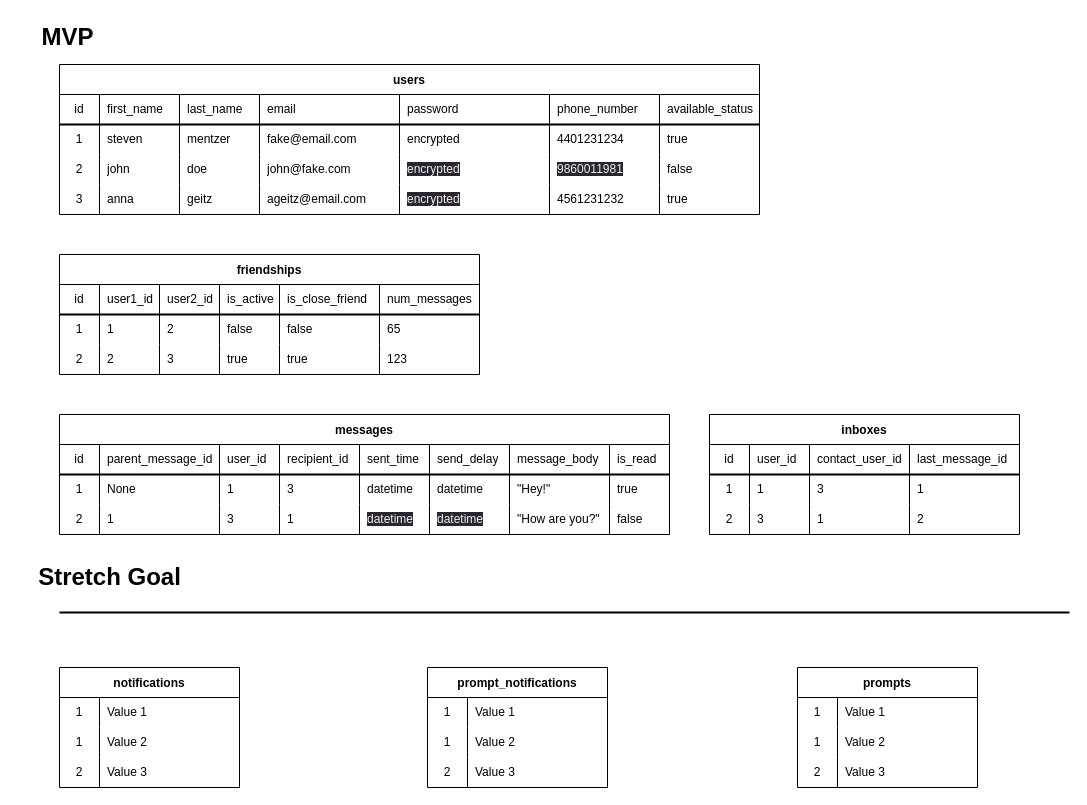
This is ORD.drawio from stevenfmentzer/phase-5-project, a draw.io file, before an edit. Source tidied: cells renumbered, new cells numbered last; positions are measured from the earlier drawing's top-left corner, leaving out a move shared by most shapes. Both pictures are drawn from the tidied source at 100%, with x=0, y=0 at pixel (17, 17).
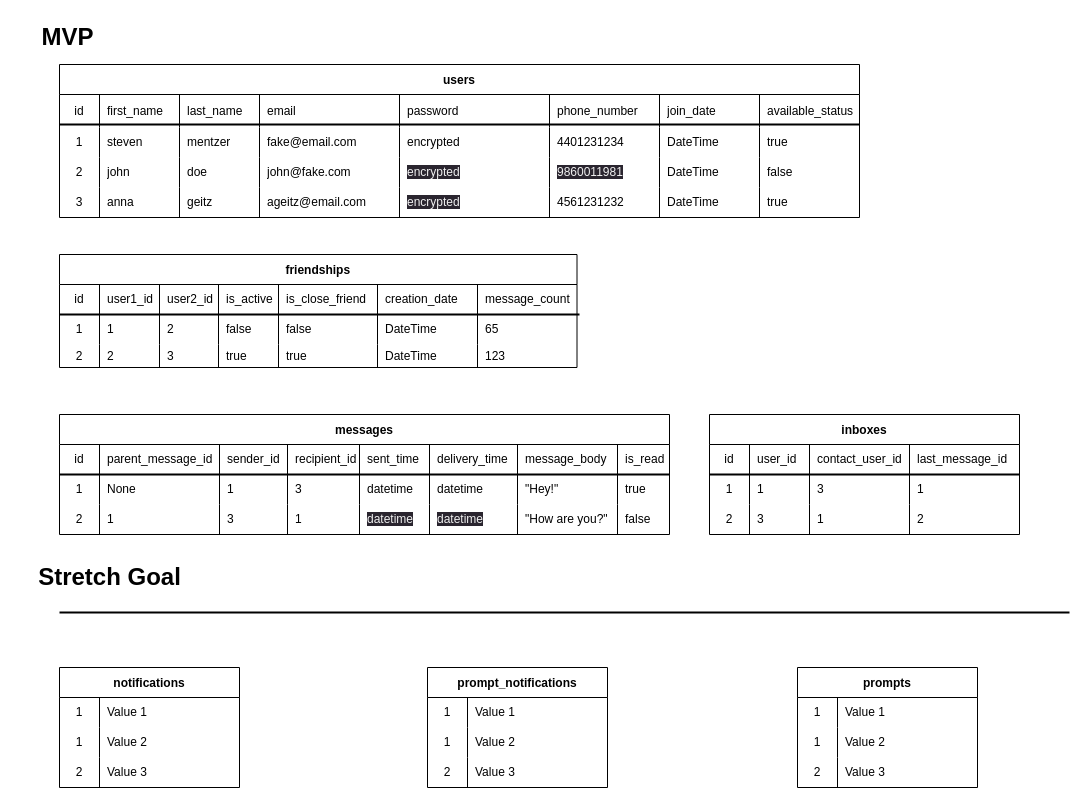
After the change.

The change refers to these unchanged cells:
```xml
<mxCell id="93" style="shape=tableRow;horizontal=0;startSize=0;swimlaneHead=0;swimlaneBody=0;top=0;left=0;bottom=0;right=0;fillColor=none;" parent="92" vertex="1">
  <mxGeometry y="30" width="610" height="30" as="geometry" />
</mxCell>
<mxCell id="102" style="shape=tableRow;horizontal=0;startSize=0;swimlaneHead=0;swimlaneBody=0;top=0;left=0;bottom=0;right=0;fillColor=none;" parent="92" vertex="1">
  <mxGeometry y="60" width="610" height="30" as="geometry" />
</mxCell>
<mxCell id="111" style="shape=tableRow;horizontal=0;startSize=0;swimlaneHead=0;swimlaneBody=0;top=0;left=0;bottom=0;right=0;fillColor=none;" parent="92" vertex="1">
  <mxGeometry y="90" width="610" height="30" as="geometry" />
</mxCell>
```

What changed in the source:
```diff
@@
     <mxCell id="32" style="group;" parent="1" vertex="1">
-      <mxGeometry x="42" y="47" width="700" height="150" as="geometry" />
+      <mxGeometry x="42" y="47" width="800" height="150" as="geometry" />
     </mxCell>
     <mxCell id="33" value="users" style="shape=table;startSize=30;childLayout=tableLayout;rowLines=0;fontStyle=1;" parent="32" vertex="1">
-      <mxGeometry width="700" height="150" as="geometry" />
+      <mxGeometry width="800" height="153" as="geometry" />
     </mxCell>
     <mxCell id="34" style="shape=tableRow;horizontal=0;startSize=0;swimlaneHead=0;swimlaneBody=0;top=0;left=0;bottom=0;right=0;fillColor=none;" parent="33" vertex="1">
-      <mxGeometry y="30" width="700" height="30" as="geometry" />
+      <mxGeometry y="30" width="800" height="33" as="geometry" />
     </mxCell>
     <mxCell id="35" value="id" style="shape=partialRectangle;html=1;whiteSpace=wrap;fillColor=none;top=0;left=0;bottom=0;right=0;overflow=hidden;" parent="34" vertex="1">
-      <mxGeometry width="40" height="30" as="geometry" />
+      <mxGeometry width="40" height="33" as="geometry" />
     </mxCell>
     <mxCell id="36" value="first_name" style="shape=partialRectangle;html=1;whiteSpace=wrap;fillColor=none;top=0;left=0;bottom=0;right=0;align=left;spacingLeft=6;overflow=hidden;" parent="34" vertex="1">
-      <mxGeometry x="40" width="80" height="30" as="geometry" />
+      <mxGeometry x="40" width="80" height="33" as="geometry" />
     </mxCell>
     <mxCell id="37" value="last_name" style="shape=partialRectangle;html=1;whiteSpace=wrap;fillColor=none;top=0;left=0;bottom=0;right=0;align=left;spacingLeft=6;overflow=hidden;" parent="34" vertex="1">
-      <mxGeometry x="120" width="80" height="30" as="geometry" />
+      <mxGeometry x="120" width="80" height="33" as="geometry" />
     </mxCell>
     <mxCell id="38" value="email" style="shape=partialRectangle;html=1;whiteSpace=wrap;fillColor=none;top=0;left=0;bottom=0;right=0;align=left;spacingLeft=6;overflow=hidden;" parent="34" vertex="1">
-      <mxGeometry x="200" width="140" height="30" as="geometry" />
+      <mxGeometry x="200" width="140" height="33" as="geometry" />
     </mxCell>
     <mxCell id="39" value="password" style="shape=partialRectangle;html=1;whiteSpace=wrap;fillColor=none;top=0;left=0;bottom=0;right=0;align=left;spacingLeft=6;overflow=hidden;" parent="34" vertex="1">
-      <mxGeometry x="340" width="150" height="30" as="geometry" />
+      <mxGeometry x="340" width="150" height="33" as="geometry" />
     </mxCell>
     <mxCell id="40" value="phone_number" style="shape=partialRectangle;html=1;whiteSpace=wrap;fillColor=none;top=0;left=0;bottom=0;right=0;align=left;spacingLeft=6;overflow=hidden;" parent="34" vertex="1">
-      <mxGeometry x="490" width="110" height="30" as="geometry" />
+      <mxGeometry x="490" width="110" height="33" as="geometry" />
     </mxCell>
-    <mxCell id="41" value="available_status" style="shape=partialRectangle;html=1;whiteSpace=wrap;fillColor=none;top=0;left=0;bottom=0;right=0;align=left;spacingLeft=6;overflow=hidden;" parent="34" vertex="1">
-      <mxGeometry x="600" width="100" height="30" as="geometry" />
+    <mxCell id="41" value="join_date" style="shape=partialRectangle;html=1;whiteSpace=wrap;fillColor=none;top=0;left=0;bottom=0;right=0;align=left;spacingLeft=6;overflow=hidden;" parent="34" vertex="1">
+      <mxGeometry x="600" width="100" height="33" as="geometry" />
     </mxCell>
+    <mxCell id="142" value="available_status" style="shape=partialRectangle;html=1;whiteSpace=wrap;fillColor=none;top=0;left=0;bottom=0;right=0;align=left;spacingLeft=6;overflow=hidden;" parent="34" vertex="1">
+      <mxGeometry x="700" width="100" height="33" as="geometry" />
+    </mxCell>
     <mxCell id="42" style="shape=tableRow;horizontal=0;startSize=0;swimlaneHead=0;swimlaneBody=0;top=0;left=0;bottom=0;right=0;fillColor=none;" parent="33" vertex="1">
-      <mxGeometry y="60" width="700" height="30" as="geometry" />
+      <mxGeometry y="63" width="800" height="30" as="geometry" />
     </mxCell>
@@
-    <mxCell id="49" value="true" style="shape=partialRectangle;html=1;whiteSpace=wrap;fillColor=none;top=0;left=0;bottom=0;right=0;align=left;spacingLeft=6;overflow=hidden;" parent="42" vertex="1">
+    <mxCell id="49" value="DateTime" style="shape=partialRectangle;html=1;whiteSpace=wrap;fillColor=none;top=0;left=0;bottom=0;right=0;align=left;spacingLeft=6;overflow=hidden;" parent="42" vertex="1">
       <mxGeometry x="600" width="100" height="30" as="geometry" />
     </mxCell>
+    <mxCell id="143" value="true" style="shape=partialRectangle;html=1;whiteSpace=wrap;fillColor=none;top=0;left=0;bottom=0;right=0;align=left;spacingLeft=6;overflow=hidden;" parent="42" vertex="1">
+      <mxGeometry x="700" width="100" height="30" as="geometry" />
+    </mxCell>
     <mxCell id="50" style="shape=tableRow;horizontal=0;startSize=0;swimlaneHead=0;swimlaneBody=0;top=0;left=0;bottom=0;right=0;fillColor=none;" parent="33" vertex="1">
-      <mxGeometry y="90" width="700" height="30" as="geometry" />
+      <mxGeometry y="93" width="800" height="30" as="geometry" />
     </mxCell>
@@
-    <mxCell id="57" value="false" style="shape=partialRectangle;html=1;whiteSpace=wrap;fillColor=none;top=0;left=0;bottom=0;right=0;align=left;spacingLeft=6;overflow=hidden;" parent="50" vertex="1">
+    <mxCell id="57" value="DateTime" style="shape=partialRectangle;html=1;whiteSpace=wrap;fillColor=none;top=0;left=0;bottom=0;right=0;align=left;spacingLeft=6;overflow=hidden;" parent="50" vertex="1">
       <mxGeometry x="600" width="100" height="30" as="geometry" />
     </mxCell>
+    <mxCell id="144" value="false" style="shape=partialRectangle;html=1;whiteSpace=wrap;fillColor=none;top=0;left=0;bottom=0;right=0;align=left;spacingLeft=6;overflow=hidden;" parent="50" vertex="1">
+      <mxGeometry x="700" width="100" height="30" as="geometry" />
+    </mxCell>
     <mxCell id="58" style="shape=tableRow;horizontal=0;startSize=0;swimlaneHead=0;swimlaneBody=0;top=0;left=0;bottom=0;right=0;fillColor=none;" parent="33" vertex="1">
-      <mxGeometry y="120" width="700" height="30" as="geometry" />
+      <mxGeometry y="123" width="800" height="30" as="geometry" />
     </mxCell>
@@
-    <mxCell id="65" value="true" style="shape=partialRectangle;html=1;whiteSpace=wrap;fillColor=none;top=0;left=0;bottom=0;right=0;align=left;spacingLeft=6;overflow=hidden;" parent="58" vertex="1">
+    <mxCell id="65" value="DateTime" style="shape=partialRectangle;html=1;whiteSpace=wrap;fillColor=none;top=0;left=0;bottom=0;right=0;align=left;spacingLeft=6;overflow=hidden;" parent="58" vertex="1">
       <mxGeometry x="600" width="100" height="30" as="geometry" />
     </mxCell>
+    <mxCell id="145" value="true" style="shape=partialRectangle;html=1;whiteSpace=wrap;fillColor=none;top=0;left=0;bottom=0;right=0;align=left;spacingLeft=6;overflow=hidden;" parent="58" vertex="1">
+      <mxGeometry x="700" width="100" height="30" as="geometry" />
+    </mxCell>
     <mxCell id="66" style="line;strokeWidth=2;html=1;" parent="32" vertex="1">
-      <mxGeometry y="55" width="700" height="10" as="geometry" />
+      <mxGeometry y="55" width="800" height="10" as="geometry" />
     </mxCell>
     <mxCell id="67" style="group;" parent="1" vertex="1">
-      <mxGeometry x="42" y="237" width="420" height="120" as="geometry" />
+      <mxGeometry x="42" y="237" width="520" height="120" as="geometry" />
     </mxCell>
     <mxCell id="68" value="friendships" style="shape=table;startSize=30;childLayout=tableLayout;rowLines=0;fontStyle=1;" parent="67" vertex="1">
-      <mxGeometry width="420" height="120" as="geometry" />
+      <mxGeometry width="517.5" height="113" as="geometry" />
     </mxCell>
     <mxCell id="69" style="shape=tableRow;horizontal=0;startSize=0;swimlaneHead=0;swimlaneBody=0;top=0;left=0;bottom=0;right=0;fillColor=none;" parent="68" vertex="1">
-      <mxGeometry y="30" width="420" height="30" as="geometry" />
+      <mxGeometry y="30" width="517.5" height="30" as="geometry" />
     </mxCell>
@@
     <mxCell id="72" value="user2_id" style="shape=partialRectangle;html=1;whiteSpace=wrap;fillColor=none;top=0;left=0;bottom=0;right=0;align=left;spacingLeft=6;overflow=hidden;" parent="69" vertex="1">
-      <mxGeometry x="100" width="60" height="30" as="geometry" />
+      <mxGeometry x="100" width="59" height="30" as="geometry" />
     </mxCell>
     <mxCell id="73" value="is_active" style="shape=partialRectangle;html=1;whiteSpace=wrap;fillColor=none;top=0;left=0;bottom=0;right=0;align=left;spacingLeft=6;overflow=hidden;" parent="69" vertex="1">
-      <mxGeometry x="160" width="60" height="30" as="geometry" />
+      <mxGeometry x="159" width="60" height="30" as="geometry" />
     </mxCell>
     <mxCell id="74" value="is_close_friend" style="shape=partialRectangle;html=1;whiteSpace=wrap;fillColor=none;top=0;left=0;bottom=0;right=0;align=left;spacingLeft=6;overflow=hidden;" parent="69" vertex="1">
-      <mxGeometry x="220" width="100" height="30" as="geometry" />
+      <mxGeometry x="219" width="99" height="30" as="geometry" />
     </mxCell>
-    <mxCell id="75" value="num_messages" style="shape=partialRectangle;html=1;whiteSpace=wrap;fillColor=none;top=0;left=0;bottom=0;right=0;align=left;spacingLeft=6;overflow=hidden;" parent="69" vertex="1">
-      <mxGeometry x="320" width="100" height="30" as="geometry" />
+    <mxCell id="75" value="creation_date" style="shape=partialRectangle;html=1;whiteSpace=wrap;fillColor=none;top=0;left=0;bottom=0;right=0;align=left;spacingLeft=6;overflow=hidden;" parent="69" vertex="1">
+      <mxGeometry x="318" width="100" height="30" as="geometry" />
     </mxCell>
+    <mxCell id="146" value="message_count" style="shape=partialRectangle;html=1;whiteSpace=wrap;fillColor=none;top=0;left=0;bottom=0;right=0;align=left;spacingLeft=6;overflow=hidden;" parent="69" vertex="1">
+      <mxGeometry x="418" width="100" height="30" as="geometry" />
+    </mxCell>
     <mxCell id="76" style="shape=tableRow;horizontal=0;startSize=0;swimlaneHead=0;swimlaneBody=0;top=0;left=0;bottom=0;right=0;fillColor=none;" parent="68" vertex="1">
-      <mxGeometry y="60" width="420" height="30" as="geometry" />
+      <mxGeometry y="60" width="517.5" height="30" as="geometry" />
     </mxCell>
@@
     <mxCell id="79" value="2" style="shape=partialRectangle;html=1;whiteSpace=wrap;fillColor=none;top=0;left=0;bottom=0;right=0;align=left;spacingLeft=6;overflow=hidden;" parent="76" vertex="1">
-      <mxGeometry x="100" width="60" height="30" as="geometry" />
+      <mxGeometry x="100" width="59" height="30" as="geometry" />
     </mxCell>
     <mxCell id="80" value="false" style="shape=partialRectangle;html=1;whiteSpace=wrap;fillColor=none;top=0;left=0;bottom=0;right=0;align=left;spacingLeft=6;overflow=hidden;" parent="76" vertex="1">
-      <mxGeometry x="160" width="60" height="30" as="geometry" />
+      <mxGeometry x="159" width="60" height="30" as="geometry" />
     </mxCell>
     <mxCell id="81" value="false" style="shape=partialRectangle;html=1;whiteSpace=wrap;fillColor=none;top=0;left=0;bottom=0;right=0;align=left;spacingLeft=6;overflow=hidden;" parent="76" vertex="1">
-      <mxGeometry x="220" width="100" height="30" as="geometry" />
+      <mxGeometry x="219" width="99" height="30" as="geometry" />
     </mxCell>
-    <mxCell id="82" value="65" style="shape=partialRectangle;html=1;whiteSpace=wrap;fillColor=none;top=0;left=0;bottom=0;right=0;align=left;spacingLeft=6;overflow=hidden;" parent="76" vertex="1">
-      <mxGeometry x="320" width="100" height="30" as="geometry" />
+    <mxCell id="82" value="DateTime" style="shape=partialRectangle;html=1;whiteSpace=wrap;fillColor=none;top=0;left=0;bottom=0;right=0;align=left;spacingLeft=6;overflow=hidden;" parent="76" vertex="1">
+      <mxGeometry x="318" width="100" height="30" as="geometry" />
     </mxCell>
+    <mxCell id="147" value="65" style="shape=partialRectangle;html=1;whiteSpace=wrap;fillColor=none;top=0;left=0;bottom=0;right=0;align=left;spacingLeft=6;overflow=hidden;" parent="76" vertex="1">
+      <mxGeometry x="418" width="100" height="30" as="geometry" />
+    </mxCell>
     <mxCell id="83" style="shape=tableRow;horizontal=0;startSize=0;swimlaneHead=0;swimlaneBody=0;top=0;left=0;bottom=0;right=0;fillColor=none;" parent="68" vertex="1">
-      <mxGeometry y="90" width="420" height="30" as="geometry" />
+      <mxGeometry y="90" width="517.5" height="23" as="geometry" />
     </mxCell>
     <mxCell id="84" value="2" style="shape=partialRectangle;html=1;whiteSpace=wrap;fillColor=none;top=0;left=0;bottom=0;right=0;overflow=hidden;" parent="83" vertex="1">
-      <mxGeometry width="40" height="30" as="geometry" />
+      <mxGeometry width="40" height="23" as="geometry" />
     </mxCell>
     <mxCell id="85" value="2" style="shape=partialRectangle;html=1;whiteSpace=wrap;fillColor=none;top=0;left=0;bottom=0;right=0;align=left;spacingLeft=6;overflow=hidden;" parent="83" vertex="1">
-      <mxGeometry x="40" width="60" height="30" as="geometry" />
+      <mxGeometry x="40" width="60" height="23" as="geometry" />
     </mxCell>
     <mxCell id="86" value="3" style="shape=partialRectangle;html=1;whiteSpace=wrap;fillColor=none;top=0;left=0;bottom=0;right=0;align=left;spacingLeft=6;overflow=hidden;" parent="83" vertex="1">
-      <mxGeometry x="100" width="60" height="30" as="geometry" />
+      <mxGeometry x="100" width="59" height="23" as="geometry" />
     </mxCell>
     <mxCell id="87" value="true" style="shape=partialRectangle;html=1;whiteSpace=wrap;fillColor=none;top=0;left=0;bottom=0;right=0;align=left;spacingLeft=6;overflow=hidden;" parent="83" vertex="1">
-      <mxGeometry x="160" width="60" height="30" as="geometry" />
+      <mxGeometry x="159" width="60" height="23" as="geometry" />
     </mxCell>
     <mxCell id="88" value="true" style="shape=partialRectangle;html=1;whiteSpace=wrap;fillColor=none;top=0;left=0;bottom=0;right=0;align=left;spacingLeft=6;overflow=hidden;" parent="83" vertex="1">
-      <mxGeometry x="220" width="100" height="30" as="geometry" />
+      <mxGeometry x="219" width="99" height="23" as="geometry" />
     </mxCell>
-    <mxCell id="89" value="123" style="shape=partialRectangle;html=1;whiteSpace=wrap;fillColor=none;top=0;left=0;bottom=0;right=0;align=left;spacingLeft=6;overflow=hidden;" parent="83" vertex="1">
-      <mxGeometry x="320" width="100" height="30" as="geometry" />
+    <mxCell id="89" value="DateTime" style="shape=partialRectangle;html=1;whiteSpace=wrap;fillColor=none;top=0;left=0;bottom=0;right=0;align=left;spacingLeft=6;overflow=hidden;" parent="83" vertex="1">
+      <mxGeometry x="318" width="100" height="23" as="geometry" />
     </mxCell>
+    <mxCell id="148" value="123" style="shape=partialRectangle;html=1;whiteSpace=wrap;fillColor=none;top=0;left=0;bottom=0;right=0;align=left;spacingLeft=6;overflow=hidden;" parent="83" vertex="1">
+      <mxGeometry x="418" width="100" height="23" as="geometry" />
+    </mxCell>
     <mxCell id="90" style="line;strokeWidth=2;html=1;" parent="67" vertex="1">
-      <mxGeometry y="55" width="420" height="10" as="geometry" />
+      <mxGeometry y="55" width="520" height="10" as="geometry" />
     </mxCell>
@@
-    <mxCell id="96" value="user_id" style="shape=partialRectangle;html=1;whiteSpace=wrap;fillColor=none;top=0;left=0;bottom=0;right=0;align=left;spacingLeft=6;overflow=hidden;" parent="93" vertex="1">
-      <mxGeometry x="160" width="60" height="30" as="geometry" />
+    <mxCell id="96" value="sender_id" style="shape=partialRectangle;html=1;whiteSpace=wrap;fillColor=none;top=0;left=0;bottom=0;right=0;align=left;spacingLeft=6;overflow=hidden;" parent="93" vertex="1">
+      <mxGeometry x="160" width="68" height="30" as="geometry" />
     </mxCell>
     <mxCell id="97" value="recipient_id" style="shape=partialRectangle;html=1;whiteSpace=wrap;fillColor=none;top=0;left=0;bottom=0;right=0;align=left;spacingLeft=6;overflow=hidden;" parent="93" vertex="1">
-      <mxGeometry x="220" width="80" height="30" as="geometry" />
+      <mxGeometry x="228" width="72" height="30" as="geometry" />
     </mxCell>
@@
-    <mxCell id="99" value="send_delay" style="shape=partialRectangle;html=1;whiteSpace=wrap;fillColor=none;top=0;left=0;bottom=0;right=0;align=left;spacingLeft=6;overflow=hidden;" parent="93" vertex="1">
-      <mxGeometry x="370" width="80" height="30" as="geometry" />
+    <mxCell id="99" value="delivery_time" style="shape=partialRectangle;html=1;whiteSpace=wrap;fillColor=none;top=0;left=0;bottom=0;right=0;align=left;spacingLeft=6;overflow=hidden;" parent="93" vertex="1">
+      <mxGeometry x="370" width="88" height="30" as="geometry" />
     </mxCell>
     <mxCell id="100" value="message_body&amp;nbsp;" style="shape=partialRectangle;html=1;whiteSpace=wrap;fillColor=none;top=0;left=0;bottom=0;right=0;align=left;spacingLeft=6;overflow=hidden;" parent="93" vertex="1">
-      <mxGeometry x="450" width="100" height="30" as="geometry" />
+      <mxGeometry x="458" width="100" height="30" as="geometry" />
     </mxCell>
     <mxCell id="101" value="is_read&amp;nbsp;" style="shape=partialRectangle;html=1;whiteSpace=wrap;fillColor=none;top=0;left=0;bottom=0;right=0;align=left;spacingLeft=6;overflow=hidden;" parent="93" vertex="1">
-      <mxGeometry x="550" width="60" height="30" as="geometry" />
+      <mxGeometry x="558" width="52" height="30" as="geometry" />
     </mxCell>
@@
     <mxCell id="105" value="1" style="shape=partialRectangle;html=1;whiteSpace=wrap;fillColor=none;top=0;left=0;bottom=0;right=0;align=left;spacingLeft=6;overflow=hidden;" parent="102" vertex="1">
-      <mxGeometry x="160" width="60" height="30" as="geometry" />
+      <mxGeometry x="160" width="68" height="30" as="geometry" />
     </mxCell>
     <mxCell id="106" value="3" style="shape=partialRectangle;html=1;whiteSpace=wrap;fillColor=none;top=0;left=0;bottom=0;right=0;align=left;spacingLeft=6;overflow=hidden;" parent="102" vertex="1">
-      <mxGeometry x="220" width="80" height="30" as="geometry" />
+      <mxGeometry x="228" width="72" height="30" as="geometry" />
     </mxCell>
@@
     <mxCell id="108" value="datetime" style="shape=partialRectangle;html=1;whiteSpace=wrap;fillColor=none;top=0;left=0;bottom=0;right=0;align=left;spacingLeft=6;overflow=hidden;" parent="102" vertex="1">
-      <mxGeometry x="370" width="80" height="30" as="geometry" />
+      <mxGeometry x="370" width="88" height="30" as="geometry" />
     </mxCell>
     <mxCell id="109" value="&quot;Hey!&quot;" style="shape=partialRectangle;html=1;whiteSpace=wrap;fillColor=none;top=0;left=0;bottom=0;right=0;align=left;spacingLeft=6;overflow=hidden;" parent="102" vertex="1">
-      <mxGeometry x="450" width="100" height="30" as="geometry" />
+      <mxGeometry x="458" width="100" height="30" as="geometry" />
     </mxCell>
     <mxCell id="110" value="true" style="shape=partialRectangle;html=1;whiteSpace=wrap;fillColor=none;top=0;left=0;bottom=0;right=0;align=left;spacingLeft=6;overflow=hidden;" parent="102" vertex="1">
-      <mxGeometry x="550" width="60" height="30" as="geometry" />
+      <mxGeometry x="558" width="52" height="30" as="geometry" />
     </mxCell>
@@
     <mxCell id="114" value="3" style="shape=partialRectangle;html=1;whiteSpace=wrap;fillColor=none;top=0;left=0;bottom=0;right=0;align=left;spacingLeft=6;overflow=hidden;" parent="111" vertex="1">
-      <mxGeometry x="160" width="60" height="30" as="geometry" />
+      <mxGeometry x="160" width="68" height="30" as="geometry" />
     </mxCell>
     <mxCell id="115" value="1" style="shape=partialRectangle;html=1;whiteSpace=wrap;fillColor=none;top=0;left=0;bottom=0;right=0;align=left;spacingLeft=6;overflow=hidden;" parent="111" vertex="1">
-      <mxGeometry x="220" width="80" height="30" as="geometry" />
+      <mxGeometry x="228" width="72" height="30" as="geometry" />
     </mxCell>
@@
     <mxCell id="117" value="&lt;span style=&quot;color: rgb(240, 240, 240); font-family: Helvetica; font-size: 12px; font-style: normal; font-variant-ligatures: normal; font-variant-caps: normal; font-weight: 400; letter-spacing: normal; orphans: 2; text-align: left; text-indent: 0px; text-transform: none; widows: 2; word-spacing: 0px; -webkit-text-stroke-width: 0px; background-color: rgb(42, 37, 47); text-decoration-thickness: initial; text-decoration-style: initial; text-decoration-color: initial; float: none; display: inline !important;&quot;&gt;datetime&lt;/span&gt;" style="shape=partialRectangle;html=1;whiteSpace=wrap;fillColor=none;top=0;left=0;bottom=0;right=0;align=left;spacingLeft=6;overflow=hidden;" parent="111" vertex="1">
-      <mxGeometry x="370" width="80" height="30" as="geometry" />
+      <mxGeometry x="370" width="88" height="30" as="geometry" />
     </mxCell>
     <mxCell id="118" value="&quot;How are you?&quot;" style="shape=partialRectangle;html=1;whiteSpace=wrap;fillColor=none;top=0;left=0;bottom=0;right=0;align=left;spacingLeft=6;overflow=hidden;" parent="111" vertex="1">
-      <mxGeometry x="450" width="100" height="30" as="geometry" />
+      <mxGeometry x="458" width="100" height="30" as="geometry" />
     </mxCell>
     <mxCell id="119" value="false" style="shape=partialRectangle;html=1;whiteSpace=wrap;fillColor=none;top=0;left=0;bottom=0;right=0;align=left;spacingLeft=6;overflow=hidden;" parent="111" vertex="1">
-      <mxGeometry x="550" width="60" height="30" as="geometry" />
+      <mxGeometry x="558" width="52" height="30" as="geometry" />
     </mxCell>
```
